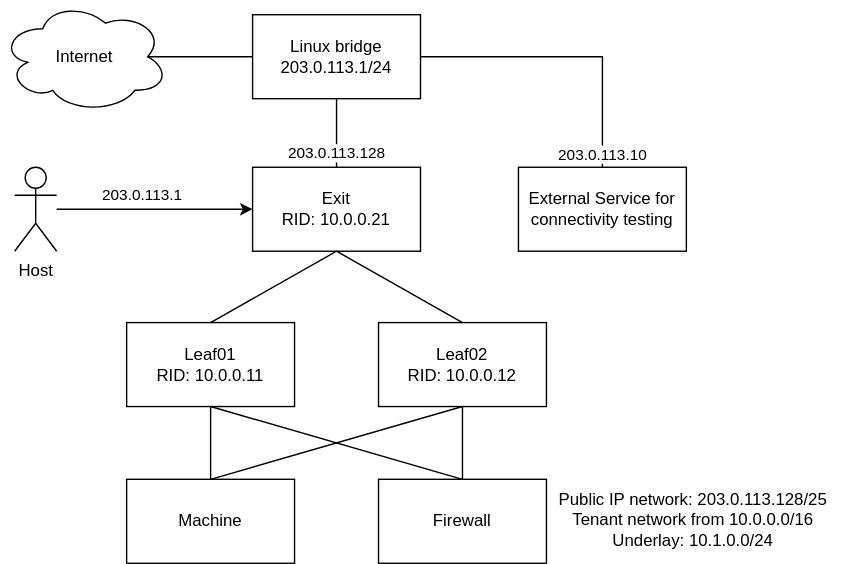
Before: docs/network.svg, a diagram exported from draw.io (metal-stack/mini-lab). Source tidied: cells renumbered, new cells last; positions are measured from the earlier drawing's top-left corner, leaving out a move shared by most shapes.
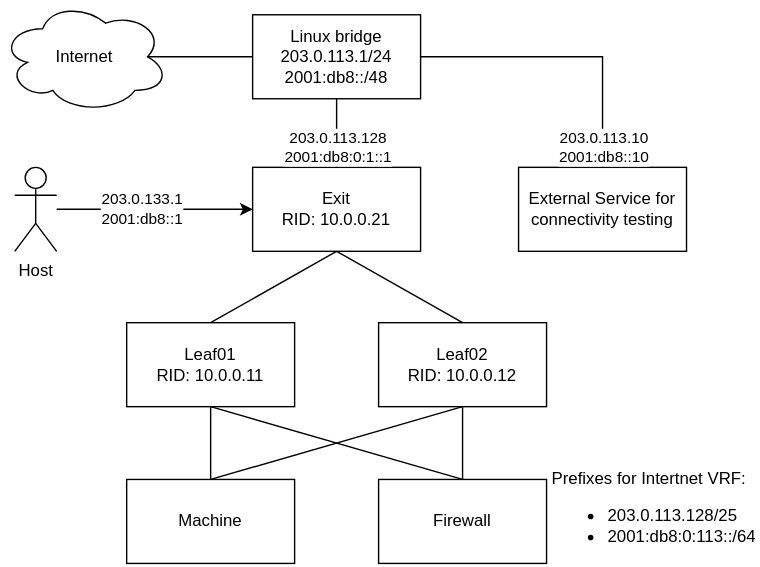
After the commit.

What changed in the source:
```diff
@@ -20,7 +20,7 @@
     <mxCell id="7" value="External Service for connectivity testing" style="rounded=0;whiteSpace=wrap;html=1;" parent="1" vertex="1">
       <mxGeometry x="370" y="119" width="120" height="60" as="geometry" />
     </mxCell>
-    <mxCell id="8" value="Linux bridge&lt;br&gt;203.0.113.1/24" style="rounded=0;whiteSpace=wrap;html=1;" parent="1" vertex="1">
+    <mxCell id="8" value="Linux bridge&lt;br&gt;203.0.113.1/24&lt;br&gt;2001:db8::/48" style="rounded=0;whiteSpace=wrap;html=1;" parent="1" vertex="1">
       <mxGeometry x="180" y="10" width="120" height="60" as="geometry" />
     </mxCell>
     <mxCell id="9" value="Internet" style="ellipse;shape=cloud;whiteSpace=wrap;html=1;" parent="1" vertex="1">
@@ -29,8 +29,10 @@
     <mxCell id="10" style="endArrow=none;html=1;rounded=0;entryX=0.5;entryY=1;entryDx=0;entryDy=0;exitX=0.5;exitY=0;exitDx=0;exitDy=0;" parent="1" edge="1" source="6" target="8">
       <mxGeometry relative="1" as="geometry" />
     </mxCell>
-    <mxCell id="11" value="203.0.113.128" style="edgeLabel;html=1;align=center;verticalAlign=middle;" parent="10" vertex="1">
-      <mxGeometry x="-0.6" relative="1" as="geometry" />
+    <mxCell id="11" value="203.0.113.128&lt;br&gt;2001:db8:0:1::1" style="edgeLabel;html=1;align=center;verticalAlign=middle;" parent="10" vertex="1">
+      <mxGeometry x="-0.6" relative="1" as="geometry">
+        <mxPoint y="-5" as="offset" />
+      </mxGeometry>
     </mxCell>
     <mxCell id="12" style="endArrow=none;html=1;rounded=0;entryX=0;entryY=0.5;entryDx=0;entryDy=0;exitX=0.875;exitY=0.5;exitDx=0;exitDy=0;exitPerimeter=0;" parent="1" edge="1" source="9" target="8">
       <mxGeometry relative="1" as="geometry" />
@@ -42,9 +44,9 @@
         </Array>
       </mxGeometry>
     </mxCell>
-    <mxCell id="14" value="203.0.113.10" style="edgeLabel;html=1;align=center;verticalAlign=middle;" parent="13" vertex="1">
+    <mxCell id="14" value="203.0.113.10&lt;br&gt;2001:db8::10" style="edgeLabel;html=1;align=center;verticalAlign=middle;" parent="13" vertex="1">
       <mxGeometry x="0.27" y="1" relative="1" as="geometry">
-        <mxPoint x="-1" y="67" as="offset" />
+        <mxPoint x="-1" y="62" as="offset" />
       </mxGeometry>
     </mxCell>
     <mxCell id="15" style="endArrow=none;html=1;rounded=0;entryX=0.5;entryY=1;entryDx=0;entryDy=0;exitX=0.5;exitY=0;exitDx=0;exitDy=0;" parent="1" edge="1" source="4" target="6">
@@ -65,15 +67,15 @@
     <mxCell id="20" style="endArrow=none;html=1;rounded=0;exitX=0.5;exitY=0;exitDx=0;exitDy=0;entryX=0.5;entryY=1;entryDx=0;entryDy=0;" parent="1" edge="1" source="3" target="4">
       <mxGeometry relative="1" as="geometry" />
     </mxCell>
-    <mxCell id="21" value="Public IP network: 203.0.113.128/25&lt;br&gt;Tenant network from 10.0.0.0/16&lt;br&gt;Underlay: 10.1.0.0/24" style="text;html=1;strokeColor=none;fillColor=none;align=center;verticalAlign=middle;whiteSpace=wrap;rounded=0;" parent="1" vertex="1">
-      <mxGeometry x="390" y="342" width="210" height="57" as="geometry" />
+    <mxCell id="21" value="&lt;div style=&quot;text-align: left;&quot;&gt;&lt;span style=&quot;background-color: initial;&quot;&gt;Prefixes for Intertnet VRF:&lt;/span&gt;&lt;/div&gt;&lt;ul&gt;&lt;li style=&quot;text-align: left;&quot;&gt;&lt;span style=&quot;background-color: initial;&quot;&gt;203.0.113.128/25&lt;/span&gt;&lt;/li&gt;&lt;li style=&quot;text-align: left;&quot;&gt;&lt;span style=&quot;background-color: initial;&quot;&gt;2001:db8:0:113::/64&lt;/span&gt;&lt;/li&gt;&lt;/ul&gt;" style="text;html=1;strokeColor=none;fillColor=none;align=center;verticalAlign=middle;whiteSpace=wrap;rounded=0;" parent="1" vertex="1">
+      <mxGeometry x="392" y="331" width="150" height="73" as="geometry" />
     </mxCell>
     <mxCell id="22" style="edgeStyle=orthogonalEdgeStyle;rounded=0;jettySize=auto;html=1;entryX=0;entryY=0.5;entryDx=0;entryDy=0;" parent="1" edge="1" source="24" target="6">
       <mxGeometry relative="1" as="geometry" />
     </mxCell>
-    <mxCell id="23" value="203.0.133.1" style="edgeLabel;html=1;align=center;verticalAlign=middle;" parent="22" vertex="1">
+    <mxCell id="23" value="203.0.133.1&lt;br&gt;2001:db8::1" style="edgeLabel;html=1;align=center;verticalAlign=middle;" parent="22" vertex="1">
       <mxGeometry x="-0.84" y="2" relative="1" as="geometry">
-        <mxPoint x="49" y="-8" as="offset" />
+        <mxPoint x="49" y="1" as="offset" />
       </mxGeometry>
     </mxCell>
     <mxCell id="24" value="Host" style="shape=umlActor;verticalLabelPosition=bottom;verticalAlign=top;html=1;outlineConnect=0;" parent="1" vertex="1">
```
